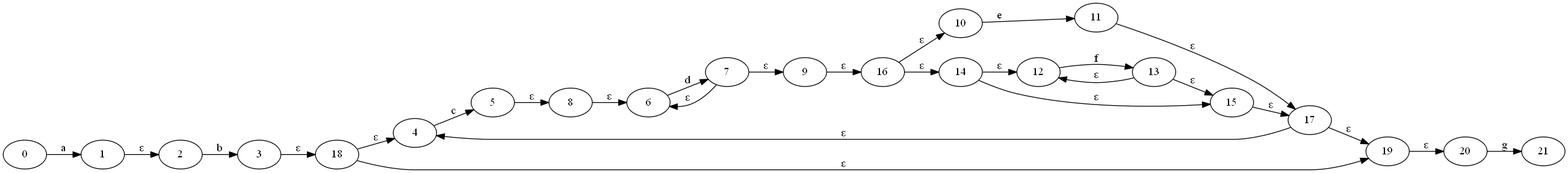
The Graphviz diagram Reg2FA/t.png in RonxBulld/Reg2FA, before a commit. Its source is kept beside it as Reg2FA/t.gv.
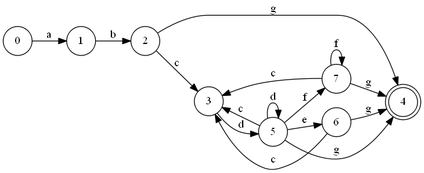
The same diagram one commit later.

Diff of the diagram source:
```diff
@@ -2,32 +2,20 @@
 {
 	rankdir = "LR";
 	node[shape=circle];
-	21[shape=doublecircle];
+	4[shape=doublecircle];
 	0->1[label="a"];
-	1->2[label="¦Å"];
-	2->3[label="b"];
-	3->18[label="¦Å"];
-	4->5[label="c"];
-	5->8[label="¦Å"];
-	6->7[label="d"];
-	7->6[label="¦Å"];
-	7->9[label="¦Å"];
-	8->6[label="¦Å"];
-	9->16[label="¦Å"];
-	10->11[label="e"];
-	11->17[label="¦Å"];
-	12->13[label="f"];
-	13->12[label="¦Å"];
-	13->15[label="¦Å"];
-	14->12[label="¦Å"];
-	14->15[label="¦Å"];
-	15->17[label="¦Å"];
-	16->10[label="¦Å"];
-	16->14[label="¦Å"];
-	17->4[label="¦Å"];
-	17->19[label="¦Å"];
-	18->4[label="¦Å"];
-	18->19[label="¦Å"];
-	19->20[label="¦Å"];
-	20->21[label="g"];
+	1->2[label="b"];
+	2->3[label="c"];
+	2->4[label="g"];
+	3->5[label="d"];
+	5->3[label="c"];
+	5->5[label="d"];
+	5->6[label="e"];
+	5->7[label="f"];
+	5->4[label="g"];
+	6->3[label="c"];
+	6->4[label="g"];
+	7->3[label="c"];
+	7->7[label="f"];
+	7->4[label="g"];
 }
```
